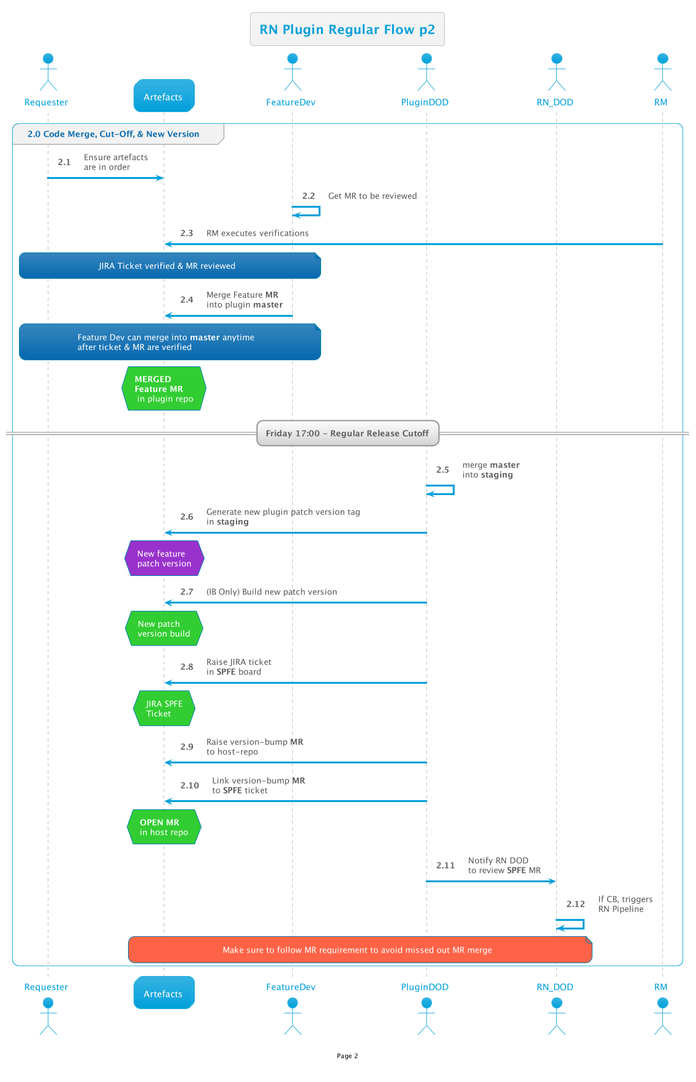
This is out/RNReview/RegularFlow/2/2.png from thetomitomo/diagrams, a PlantUML export, as it was before one commit. The source it was exported from:
```plantuml
@startuml

!$AutonumStart = 2

!include __init__

group 2.0 Code Merge, Cut-Off, & New Version
    req -> Art: Ensure artefacts\nare in order
    FeatDev->FeatDev: Get MR to be reviewed

    RM->Art: RM executes verifications
    note over req,FeatDev: JIRA Ticket verified & MR reviewed

    FeatDev -> Art: Merge Feature <b>MR</b>\ninto plugin <b>master</b>
    note over req,FeatDev: Feature Dev can merge into **master** anytime \nafter ticket & MR are verified
    hnote over Art#LimeGreen:<b>MERGED\n<b>Feature MR\n in plugin repo

    == Friday 17:00 - Regular Release Cutoff==

    PluginDOD -> PluginDOD: merge **master**\ninto **staging**
    PluginDOD -> Art: Generate new plugin patch version tag\nin **staging**
    hnote over Art#DarkOrchid:New feature\npatch version

    PluginDOD -> Art: (IB Only) Build new patch version
    hnote over Art#LimeGreen:New patch\nversion build


    PluginDOD -> Art : Raise JIRA ticket\nin <b>SPFE</b> board
    hnote over Art#LimeGreen: JIRA SPFE\nTicket

    PluginDOD -> Art: Raise version-bump <b>MR</b>\nto host-repo
    PluginDOD -> Art: Link version-bump <b>MR</b>\nto **SPFE** ticket
    hnote over Art#LimeGreen:<b>OPEN MR\nin host repo

    PluginDOD -> RN_DOD: Notify RN DOD\nto review **SPFE** MR
    RN_DOD->RN_DOD: If CB, triggers\nRN Pipeline
    note over Art,RN_DOD#Tomato: Make sure to follow MR requirement to avoid missed out MR merge
end

@enduml
```
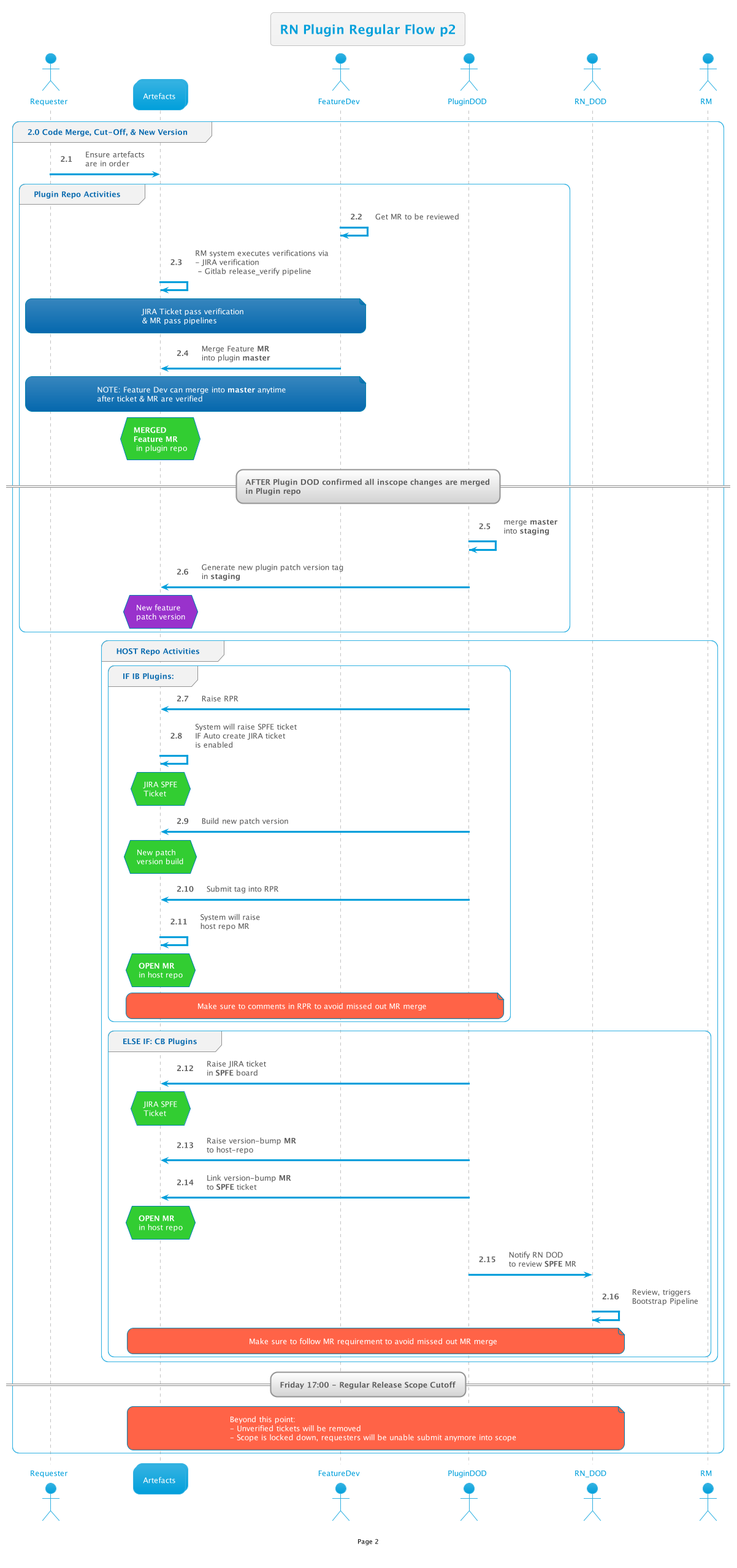
After the commit.

Commit message:
update regular RN flow

The edit, as a diff of the source:
```diff
@@ -6,35 +6,53 @@
 
 group 2.0 Code Merge, Cut-Off, & New Version
     req -> Art: Ensure artefacts\nare in order
-    FeatDev->FeatDev: Get MR to be reviewed
 
-    RM->Art: RM executes verifications
-    note over req,FeatDev: JIRA Ticket verified & MR reviewed
+    group Plugin Repo Activities
+        FeatDev->FeatDev: Get MR to be reviewed
 
-    FeatDev -> Art: Merge Feature <b>MR</b>\ninto plugin <b>master</b>
-    note over req,FeatDev: Feature Dev can merge into **master** anytime \nafter ticket & MR are verified
-    hnote over Art#LimeGreen:<b>MERGED\n<b>Feature MR\n in plugin repo
+        Art->Art: RM system executes verifications via \n- JIRA verification\n - Gitlab release_verify pipeline
+        note over req,FeatDev: JIRA Ticket pass verification\n& MR pass pipelines
 
-    == Friday 17:00 - Regular Release Cutoff==
+        FeatDev -> Art: Merge Feature <b>MR</b>\ninto plugin <b>master</b>
+        note over req,FeatDev: NOTE: Feature Dev can merge into **master** anytime \nafter ticket & MR are verified
+        hnote over Art#LimeGreen:<b>MERGED\n<b>Feature MR\n in plugin repo
 
-    PluginDOD -> PluginDOD: merge **master**\ninto **staging**
-    PluginDOD -> Art: Generate new plugin patch version tag\nin **staging**
-    hnote over Art#DarkOrchid:New feature\npatch version
+        == AFTER Plugin DOD confirmed all inscope changes are merged\nin Plugin repo==
 
-    PluginDOD -> Art: (IB Only) Build new patch version
-    hnote over Art#LimeGreen:New patch\nversion build
+        PluginDOD -> PluginDOD: merge **master**\ninto **staging**
+        PluginDOD -> Art: Generate new plugin patch version tag\nin **staging**
+        hnote over Art#DarkOrchid:New feature\npatch version
 
+    end
 
-    PluginDOD -> Art : Raise JIRA ticket\nin <b>SPFE</b> board
-    hnote over Art#LimeGreen: JIRA SPFE\nTicket
+    group HOST Repo Activities
+        group IF IB Plugins:
+            PluginDOD -> Art: Raise RPR
+            Art -> Art: System will raise SPFE ticket\nIF Auto create JIRA ticket\nis enabled
+            hnote over Art#LimeGreen: JIRA SPFE\nTicket
+            PluginDOD -> Art: Build new patch version
+            hnote over Art#LimeGreen:New patch\nversion build
+            PluginDOD -> Art: Submit tag into RPR
+            Art -> Art: System will raise\nhost repo MR
+            hnote over Art#LimeGreen:<b>OPEN MR\nin host repo
+            note over Art,PluginDOD#Tomato: Make sure to comments in RPR to avoid missed out MR merge
+        end
 
-    PluginDOD -> Art: Raise version-bump <b>MR</b>\nto host-repo
-    PluginDOD -> Art: Link version-bump <b>MR</b>\nto **SPFE** ticket
-    hnote over Art#LimeGreen:<b>OPEN MR\nin host repo
+        group ELSE IF: CB Plugins
+            PluginDOD -> Art : Raise JIRA ticket\nin <b>SPFE</b> board
+            hnote over Art#LimeGreen: JIRA SPFE\nTicket
 
-    PluginDOD -> RN_DOD: Notify RN DOD\nto review **SPFE** MR
-    RN_DOD->RN_DOD: If CB, triggers\nRN Pipeline
-    note over Art,RN_DOD#Tomato: Make sure to follow MR requirement to avoid missed out MR merge
+            PluginDOD -> Art: Raise version-bump <b>MR</b>\nto host-repo
+            PluginDOD -> Art: Link version-bump <b>MR</b>\nto **SPFE** ticket
+            hnote over Art#LimeGreen:<b>OPEN MR\nin host repo
+
+            PluginDOD -> RN_DOD: Notify RN DOD\nto review **SPFE** MR
+            RN_DOD->RN_DOD: Review, triggers\nBootstrap Pipeline
+            note over Art,RN_DOD#Tomato: Make sure to follow MR requirement to avoid missed out MR merge
+        end
+    end
+    == Friday 17:00 - Regular Release Scope Cutoff==
+    note over Art,RN_DOD#Tomato: Beyond this point:\n- Unverified tickets will be removed\n- Scope is locked down, requesters will be unable submit anymore into scope
 end
 
 @enduml
```
